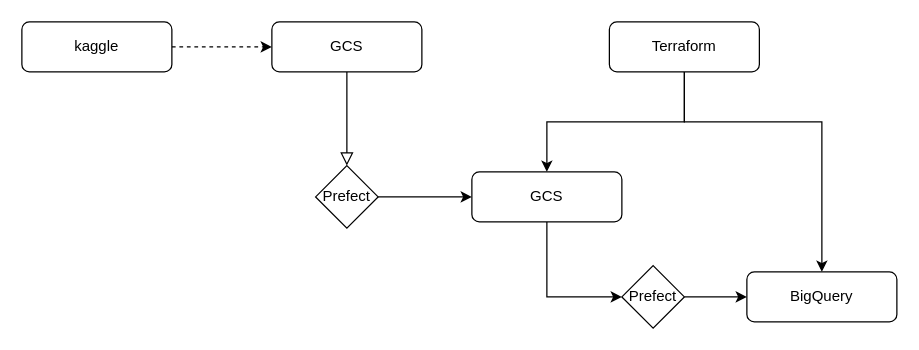
arl9kin/de-zoomcamp keeps this draw.io diagram as Диаграмма без названия.drawio. Above is the earlier version. Source tidied: cells renumbered, new cells numbered last; positions are measured from the earlier drawing's top-left corner, leaving out a move shared by most shapes. Both pictures are drawn from the tidied source at 125%, with x=0, y=0 at pixel (21, 21).
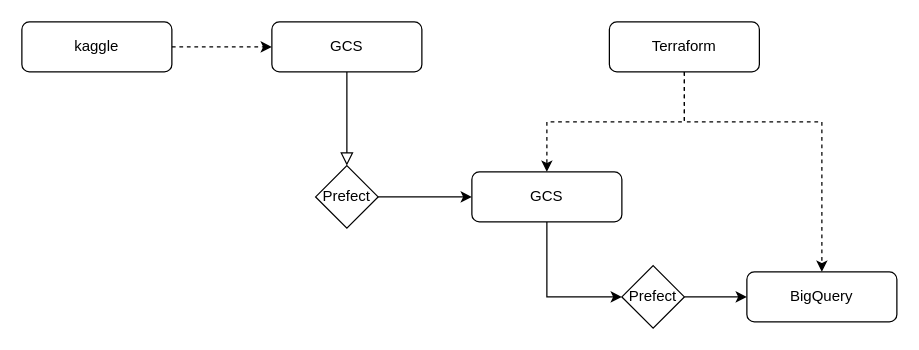
After the change.

Change to the diagram source:
```diff
@@
 <mxGraphModel>
   <root>
     <mxCell id="0" />
     <mxCell id="1" parent="0" />
     <mxCell id="2" style="rounded=0;html=1;jettySize=auto;fontSize=11;endArrow=block;endFill=0;endSize=8;strokeWidth=1;shadow=0;labelBackgroundColor=none;edgeStyle=orthogonalEdgeStyle;entryX=0.5;entryY=0;entryDx=0;entryDy=0;" parent="1" edge="1" source="3" target="13">
       <mxGeometry relative="1" as="geometry" />
     </mxCell>
     <mxCell id="3" value="GCS" style="rounded=1;whiteSpace=wrap;html=1;fontSize=12;glass=0;strokeWidth=1;shadow=0;" parent="1" vertex="1">
       <mxGeometry x="200" width="120" height="40" as="geometry" />
     </mxCell>
     <mxCell id="4" style="edgeStyle=orthogonalEdgeStyle;rounded=0;jettySize=auto;html=1;dashed=1;" parent="1" edge="1" source="5" target="3">
       <mxGeometry relative="1" as="geometry" />
     </mxCell>
     <mxCell id="5" value="kaggle" style="rounded=1;whiteSpace=wrap;html=1;fontSize=12;glass=0;strokeWidth=1;shadow=0;" parent="1" vertex="1">
       <mxGeometry width="120" height="40" as="geometry" />
     </mxCell>
     <mxCell id="6" style="edgeStyle=orthogonalEdgeStyle;rounded=0;jettySize=auto;html=1;entryX=0;entryY=0.5;entryDx=0;entryDy=0;" parent="1" edge="1" source="7" target="15">
       <mxGeometry relative="1" as="geometry" />
     </mxCell>
     <mxCell id="7" value="GCS" style="rounded=1;whiteSpace=wrap;html=1;fontSize=12;glass=0;strokeWidth=1;shadow=0;" parent="1" vertex="1">
       <mxGeometry x="360" y="120" width="120" height="40" as="geometry" />
     </mxCell>
-    <mxCell id="8" style="edgeStyle=orthogonalEdgeStyle;rounded=0;jettySize=auto;html=1;" parent="1" edge="1" source="10" target="7">
+    <mxCell id="8" style="edgeStyle=orthogonalEdgeStyle;rounded=0;jettySize=auto;html=1;dashed=1;" parent="1" edge="1" source="10" target="7">
       <mxGeometry relative="1" as="geometry">
         <Array as="points">
           <mxPoint x="530" y="80" />
           <mxPoint x="420" y="80" />
         </Array>
       </mxGeometry>
     </mxCell>
-    <mxCell id="9" style="edgeStyle=orthogonalEdgeStyle;rounded=0;jettySize=auto;html=1;entryX=0.5;entryY=0;entryDx=0;entryDy=0;" parent="1" edge="1" source="10" target="11">
+    <mxCell id="9" style="edgeStyle=orthogonalEdgeStyle;rounded=0;jettySize=auto;html=1;entryX=0.5;entryY=0;entryDx=0;entryDy=0;dashed=1;" parent="1" edge="1" source="10" target="11">
       <mxGeometry relative="1" as="geometry">
         <Array as="points">
           <mxPoint x="530" y="80" />
           <mxPoint x="640" y="80" />
           <mxPoint x="640" y="120" />
         </Array>
       </mxGeometry>
     </mxCell>
     <mxCell id="10" value="Terraform" style="rounded=1;whiteSpace=wrap;html=1;fontSize=12;glass=0;strokeWidth=1;shadow=0;" parent="1" vertex="1">
       <mxGeometry x="470" width="120" height="40" as="geometry" />
     </mxCell>
     <mxCell id="11" value="BigQuery" style="rounded=1;whiteSpace=wrap;html=1;fontSize=12;glass=0;strokeWidth=1;shadow=0;" parent="1" vertex="1">
       <mxGeometry x="580" y="200" width="120" height="40" as="geometry" />
     </mxCell>
     <mxCell id="12" style="edgeStyle=orthogonalEdgeStyle;rounded=0;jettySize=auto;html=1;" parent="1" edge="1" source="13" target="7">
       <mxGeometry relative="1" as="geometry" />
     </mxCell>
     <mxCell id="13" value="Prefect" style="rhombus;whiteSpace=wrap;html=1;" parent="1" vertex="1">
       <mxGeometry x="235" y="115" width="50" height="50" as="geometry" />
     </mxCell>
     <mxCell id="14" style="edgeStyle=orthogonalEdgeStyle;rounded=0;jettySize=auto;html=1;" parent="1" edge="1" source="15" target="11">
       <mxGeometry relative="1" as="geometry" />
     </mxCell>
     <mxCell id="15" value="Prefect" style="rhombus;whiteSpace=wrap;html=1;" parent="1" vertex="1">
       <mxGeometry x="480" y="195" width="50" height="50" as="geometry" />
     </mxCell>
   </root>
 </mxGraphModel>
```
